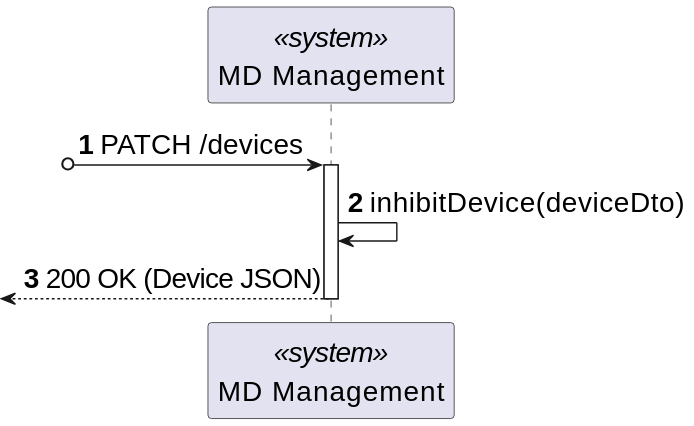
Above: _wiki/sprint-a/us20-370/views/level-2/assets/process-view.svg in miseEnPlace-dev/lapr5 (PlantUML), before the change.
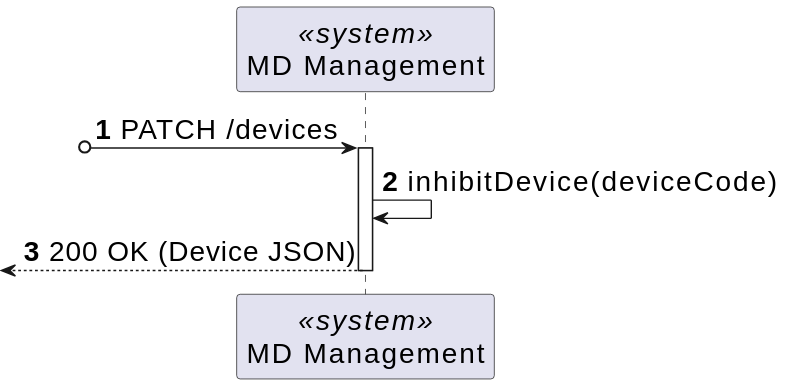
The same diagram one commit later.

Diff of the diagram source:
```diff
@@ -6,7 +6,7 @@
 ?o-> SYS : PATCH /devices
 activate SYS
 
-SYS -> SYS : inhibitDevice(deviceDto)
+SYS -> SYS : inhibitDevice(deviceCode)
 <-- SYS : 200 OK (Device JSON)
 deactivate SYS
 @enduml
```
